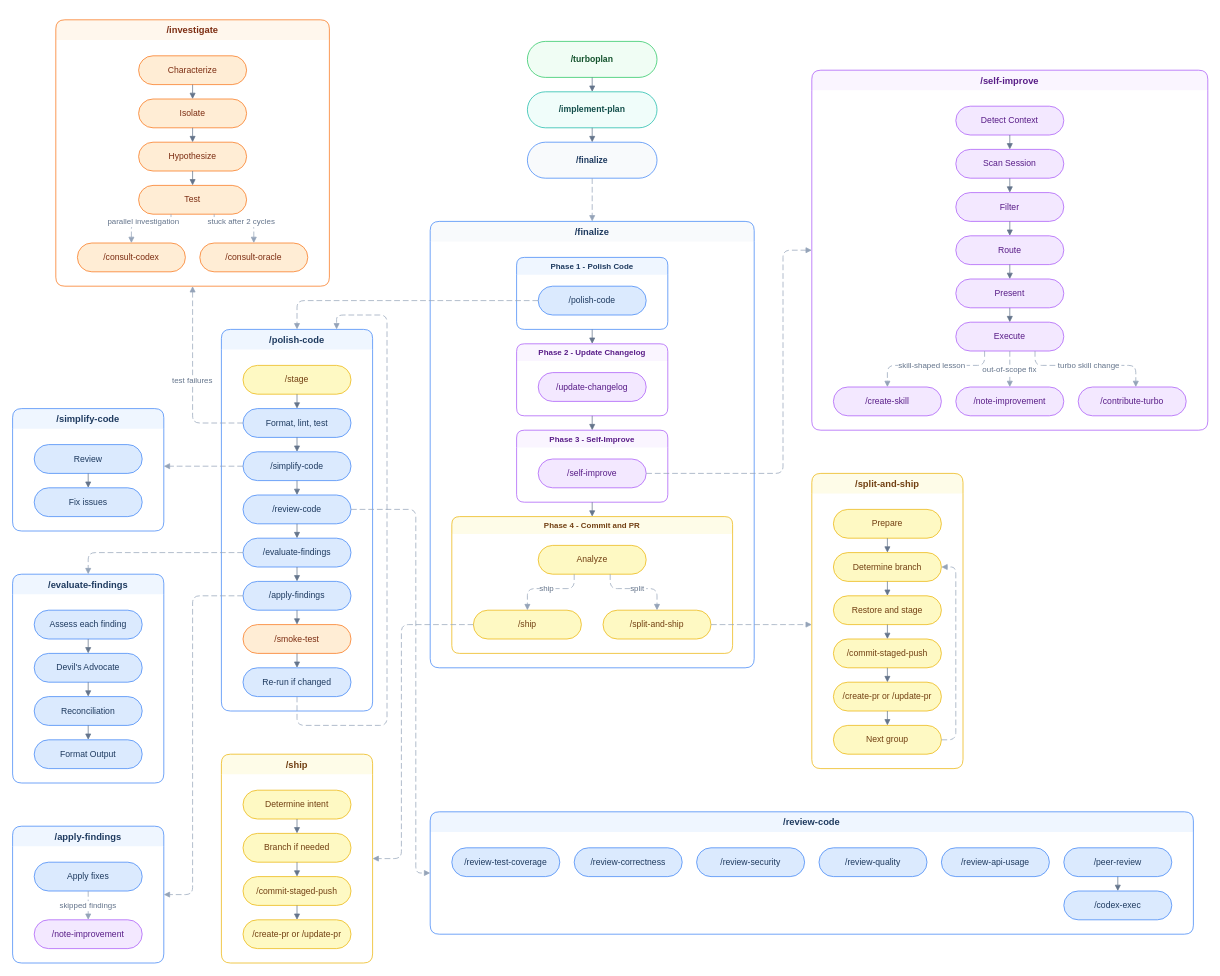
Earlier version of the draw.io diagram assets/how-finalize-connects.drawio (tobihagemann/turbo). Source tidied: cells renumbered, new cells numbered last; positions are measured from the earlier drawing's top-left corner, leaving out a move shared by most shapes. Both pictures are drawn from the tidied source at 72%, with x=0, y=0 at pixel (12, 19).
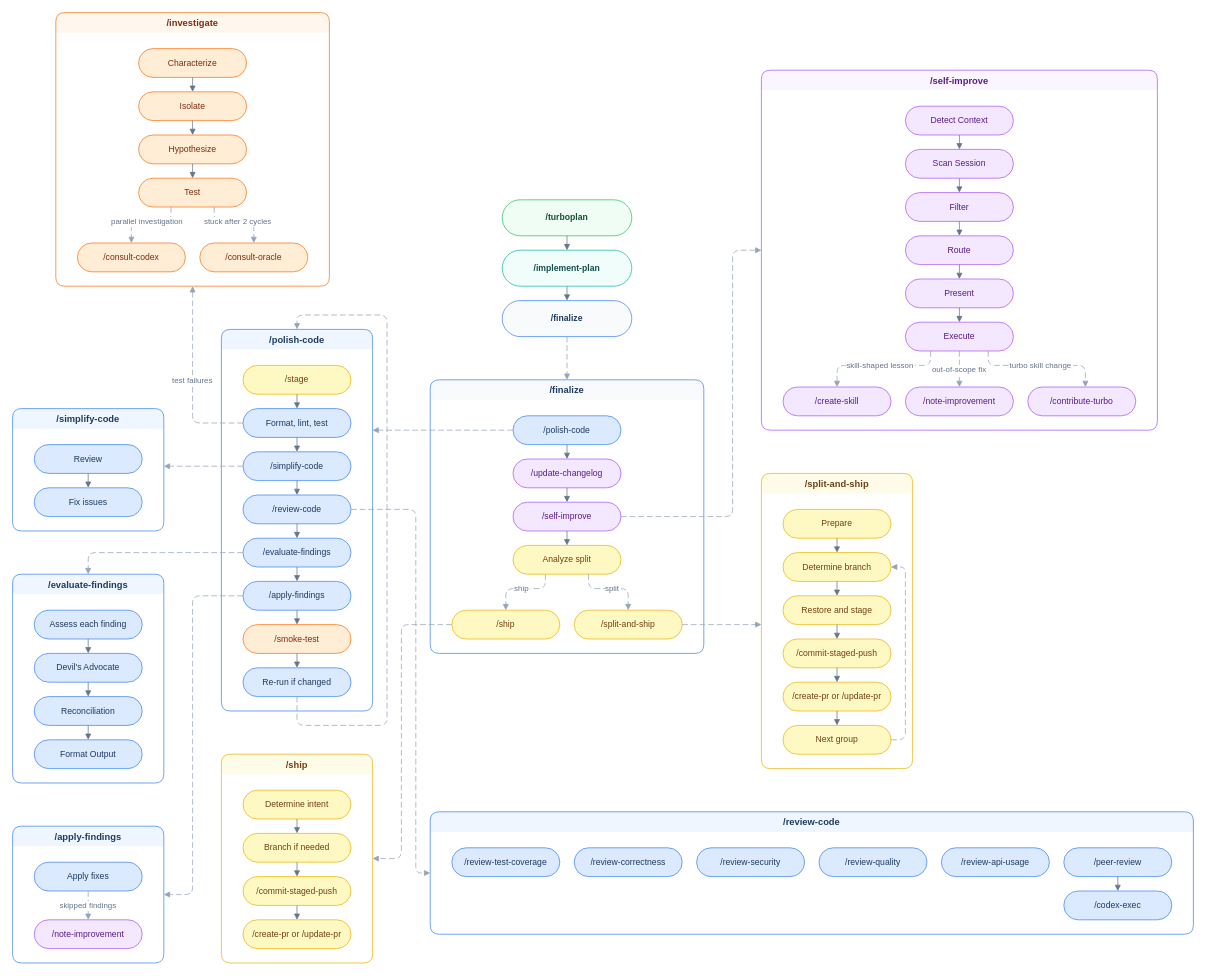
The same diagram, later.

Commit message (it also covers changes not shown here):
Rename /finalize Phase 4 to Ship It and flatten diagram phases into simple pills

The change refers to these unchanged cells:
```xml
<mxCell id="24" value="/polish-code" style="swimlane;startSize=28;rounded=1;fillColor=#eff6ff;strokeColor=#3b82f6;fontColor=#1e3a5f;fontStyle=1;fontSize=13;swimlaneLine=0;" parent="1" vertex="1">
  <mxGeometry x="290" y="430" width="210" height="530" as="geometry" />
</mxCell>
<mxCell id="32" value="Re-run if changed" style="rounded=1;whiteSpace=wrap;html=1;arcSize=50;fillColor=#dbeafe;strokeColor=#3b82f6;fontColor=#1e3a5f;fontSize=12;" parent="24" vertex="1">
  <mxGeometry x="30" y="470" width="150" height="40" as="geometry" />
</mxCell>
<mxCell id="47" value="Execute" style="rounded=1;whiteSpace=wrap;html=1;arcSize=50;fillColor=#f3e8ff;strokeColor=#a855f7;fontColor=#581c87;fontSize=12;" parent="41" vertex="1">
  <mxGeometry x="200" y="350" width="150" height="40" as="geometry" />
</mxCell>
<mxCell id="55" value="/create-skill" style="rounded=1;whiteSpace=wrap;html=1;arcSize=50;fillColor=#f3e8ff;strokeColor=#a855f7;fontColor=#581c87;fontSize=12;" parent="41" vertex="1">
  <mxGeometry x="30" y="440" width="150" height="40" as="geometry" />
</mxCell>
<mxCell id="57" value="/contribute-turbo" style="rounded=1;whiteSpace=wrap;html=1;arcSize=50;fillColor=#f3e8ff;strokeColor=#a855f7;fontColor=#581c87;fontSize=12;" parent="41" vertex="1">
  <mxGeometry x="370" y="440" width="150" height="40" as="geometry" />
</mxCell>
<mxCell id="88" value="Test" style="rounded=1;whiteSpace=wrap;html=1;arcSize=50;fillColor=#ffedd5;strokeColor=#f97316;fontColor=#7c2d12;fontSize=12;" parent="84" vertex="1">
  <mxGeometry x="115" y="230" width="150" height="40" as="geometry" />
</mxCell>
```

Diff of the diagram source:
```diff
@@
     <mxCell id="2" value="/turboplan" style="rounded=1;whiteSpace=wrap;html=1;arcSize=50;fillColor=#f0fdf4;strokeColor=#22c55e;fontColor=#14532d;fontSize=12;fontStyle=1;" parent="1" vertex="1">
-      <mxGeometry x="715" y="30" width="180" height="50" as="geometry" />
+      <mxGeometry x="680" y="250" width="180" height="50" as="geometry" />
     </mxCell>
     <mxCell id="3" value="/implement-plan" style="rounded=1;whiteSpace=wrap;html=1;arcSize=50;fillColor=#f0fdfa;strokeColor=#14b8a6;fontColor=#134e4a;fontSize=12;fontStyle=1;" parent="1" vertex="1">
-      <mxGeometry x="715" y="100" width="180" height="50" as="geometry" />
+      <mxGeometry x="680" y="320" width="180" height="50" as="geometry" />
     </mxCell>
     <mxCell id="4" value="/finalize" style="rounded=1;whiteSpace=wrap;html=1;arcSize=50;fillColor=#f8fafc;strokeColor=#3b82f6;fontColor=#1e3a5f;fontSize=12;fontStyle=1;" parent="1" vertex="1">
-      <mxGeometry x="715" y="170" width="180" height="50" as="geometry" />
+      <mxGeometry x="680" y="390" width="180" height="50" as="geometry" />
     </mxCell>
@@
     <mxCell id="8" value="/finalize" style="swimlane;startSize=28;rounded=1;fillColor=#f8fafc;strokeColor=#3b82f6;fontColor=#1e3a5f;fontStyle=1;fontSize=13;swimlaneLine=0;" parent="1" vertex="1">
-      <mxGeometry x="580" y="280" width="450" height="620" as="geometry" />
+      <mxGeometry x="580" y="500" width="380" height="380" as="geometry" />
     </mxCell>
-    <mxCell id="9" value="Phase 1 - Polish Code" style="swimlane;startSize=24;rounded=1;fillColor=#eff6ff;strokeColor=#3b82f6;fontColor=#1e3a5f;fontStyle=1;fontSize=11;swimlaneLine=0;" parent="8" vertex="1">
-      <mxGeometry x="120" y="50" width="210" height="100" as="geometry" />
-    </mxCell>
-    <mxCell id="10" value="/polish-code" style="rounded=1;whiteSpace=wrap;html=1;arcSize=50;fillColor=#dbeafe;strokeColor=#3b82f6;fontColor=#1e3a5f;fontSize=12;" parent="9" vertex="1">
-      <mxGeometry x="30" y="40" width="150" height="40" as="geometry" />
+    <mxCell id="10" value="/polish-code" style="rounded=1;whiteSpace=wrap;html=1;arcSize=50;fillColor=#dbeafe;strokeColor=#3b82f6;fontColor=#1e3a5f;fontSize=12;" parent="8" vertex="1">
+      <mxGeometry x="115" y="50" width="150" height="40" as="geometry" />
     </mxCell>
-    <mxCell id="11" value="Phase 2 - Update Changelog" style="swimlane;startSize=24;rounded=1;fillColor=#faf5ff;strokeColor=#a855f7;fontColor=#581c87;fontStyle=1;fontSize=11;swimlaneLine=0;" parent="8" vertex="1">
-      <mxGeometry x="120" y="170" width="210" height="100" as="geometry" />
-    </mxCell>
-    <mxCell id="12" value="/update-changelog" style="rounded=1;whiteSpace=wrap;html=1;arcSize=50;fillColor=#f3e8ff;strokeColor=#a855f7;fontColor=#581c87;fontSize=12;" parent="11" vertex="1">
-      <mxGeometry x="30" y="40" width="150" height="40" as="geometry" />
+    <mxCell id="12" value="/update-changelog" style="rounded=1;whiteSpace=wrap;html=1;arcSize=50;fillColor=#f3e8ff;strokeColor=#a855f7;fontColor=#581c87;fontSize=12;" parent="8" vertex="1">
+      <mxGeometry x="115" y="110" width="150" height="40" as="geometry" />
     </mxCell>
-    <mxCell id="13" value="Phase 3 - Self-Improve" style="swimlane;startSize=24;rounded=1;fillColor=#faf5ff;strokeColor=#a855f7;fontColor=#581c87;fontStyle=1;fontSize=11;swimlaneLine=0;" parent="8" vertex="1">
-      <mxGeometry x="120" y="290" width="210" height="100" as="geometry" />
-    </mxCell>
-    <mxCell id="14" value="/self-improve" style="rounded=1;whiteSpace=wrap;html=1;arcSize=50;fillColor=#f3e8ff;strokeColor=#a855f7;fontColor=#581c87;fontSize=12;" parent="13" vertex="1">
-      <mxGeometry x="30" y="40" width="150" height="40" as="geometry" />
+    <mxCell id="14" value="/self-improve" style="rounded=1;whiteSpace=wrap;html=1;arcSize=50;fillColor=#f3e8ff;strokeColor=#a855f7;fontColor=#581c87;fontSize=12;" parent="8" vertex="1">
+      <mxGeometry x="115" y="170" width="150" height="40" as="geometry" />
     </mxCell>
-    <mxCell id="15" value="Phase 4 - Commit and PR" style="swimlane;startSize=24;rounded=1;fillColor=#fefce8;strokeColor=#eab308;fontColor=#713f12;fontStyle=1;fontSize=11;swimlaneLine=0;" parent="8" vertex="1">
-      <mxGeometry x="30" y="410" width="390" height="190" as="geometry" />
-    </mxCell>
-    <mxCell id="16" value="Analyze" style="rounded=1;whiteSpace=wrap;html=1;arcSize=50;fillColor=#fef9c3;strokeColor=#eab308;fontColor=#713f12;fontSize=12;" parent="15" vertex="1">
-      <mxGeometry x="120" y="40" width="150" height="40" as="geometry" />
+    <mxCell id="16" value="Analyze split" style="rounded=1;whiteSpace=wrap;html=1;arcSize=50;fillColor=#fef9c3;strokeColor=#eab308;fontColor=#713f12;fontSize=12;" parent="8" vertex="1">
+      <mxGeometry x="115" y="230" width="150" height="40" as="geometry" />
     </mxCell>
-    <mxCell id="17" value="/ship" style="rounded=1;whiteSpace=wrap;html=1;arcSize=50;fillColor=#fef9c3;strokeColor=#eab308;fontColor=#713f12;fontSize=12;" parent="15" vertex="1">
-      <mxGeometry x="30" y="130" width="150" height="40" as="geometry" />
+    <mxCell id="17" value="/ship" style="rounded=1;whiteSpace=wrap;html=1;arcSize=50;fillColor=#fef9c3;strokeColor=#eab308;fontColor=#713f12;fontSize=12;" parent="8" vertex="1">
+      <mxGeometry x="30" y="320" width="150" height="40" as="geometry" />
     </mxCell>
-    <mxCell id="18" value="/split-and-ship" style="rounded=1;whiteSpace=wrap;html=1;arcSize=50;fillColor=#fef9c3;strokeColor=#eab308;fontColor=#713f12;fontSize=12;" parent="15" vertex="1">
-      <mxGeometry x="210" y="130" width="150" height="40" as="geometry" />
+    <mxCell id="18" value="/split-and-ship" style="rounded=1;whiteSpace=wrap;html=1;arcSize=50;fillColor=#fef9c3;strokeColor=#eab308;fontColor=#713f12;fontSize=12;" parent="8" vertex="1">
+      <mxGeometry x="200" y="320" width="150" height="40" as="geometry" />
     </mxCell>
-    <mxCell id="19" value="ship" style="dashed=1;dashPattern=8 4;endArrow=block;endFill=1;rounded=1;edgeStyle=orthogonalEdgeStyle;strokeColor=#94a3b8;fontSize=11;fontColor=#64748b;" parent="15" edge="1" source="16" target="17">
-      <mxGeometry relative="1" as="geometry">
-        <Array as="points">
-          <mxPoint x="170" y="100" />
-          <mxPoint x="105" y="100" />
-        </Array>
-      </mxGeometry>
-    </mxCell>
-    <mxCell id="20" value="split" style="dashed=1;dashPattern=8 4;endArrow=block;endFill=1;rounded=1;edgeStyle=orthogonalEdgeStyle;strokeColor=#94a3b8;fontSize=11;fontColor=#64748b;" parent="15" edge="1" source="16" target="18">
-      <mxGeometry relative="1" as="geometry">
-        <Array as="points">
-          <mxPoint x="220" y="100" />
-          <mxPoint x="285" y="100" />
-        </Array>
-      </mxGeometry>
-    </mxCell>
-    <mxCell id="21" style="endArrow=block;endFill=1;rounded=1;edgeStyle=orthogonalEdgeStyle;strokeColor=#64748b;" parent="8" edge="1" source="9" target="11">
+    <mxCell id="21" style="endArrow=block;endFill=1;rounded=1;edgeStyle=orthogonalEdgeStyle;strokeColor=#64748b;" parent="8" edge="1" source="10" target="12">
       <mxGeometry relative="1" as="geometry" />
     </mxCell>
-    <mxCell id="22" style="endArrow=block;endFill=1;rounded=1;edgeStyle=orthogonalEdgeStyle;strokeColor=#64748b;" parent="8" edge="1" source="11" target="13">
+    <mxCell id="22" style="endArrow=block;endFill=1;rounded=1;edgeStyle=orthogonalEdgeStyle;strokeColor=#64748b;" parent="8" edge="1" source="12" target="14">
       <mxGeometry relative="1" as="geometry" />
     </mxCell>
-    <mxCell id="23" style="endArrow=block;endFill=1;rounded=1;edgeStyle=orthogonalEdgeStyle;strokeColor=#64748b;" parent="8" edge="1" source="13" target="15">
+    <mxCell id="23" style="endArrow=block;endFill=1;rounded=1;edgeStyle=orthogonalEdgeStyle;strokeColor=#64748b;" parent="8" edge="1" source="14" target="16">
       <mxGeometry relative="1" as="geometry" />
     </mxCell>
+    <mxCell id="19" value="ship" style="dashed=1;dashPattern=8 4;endArrow=block;endFill=1;rounded=1;edgeStyle=orthogonalEdgeStyle;strokeColor=#94a3b8;fontSize=11;fontColor=#64748b;" parent="8" edge="1" source="16" target="17">
+      <mxGeometry relative="1" as="geometry">
+        <Array as="points">
+          <mxPoint x="160" y="290" />
+          <mxPoint x="105" y="290" />
+        </Array>
+      </mxGeometry>
+    </mxCell>
+    <mxCell id="20" value="split" style="dashed=1;dashPattern=8 4;endArrow=block;endFill=1;rounded=1;edgeStyle=orthogonalEdgeStyle;strokeColor=#94a3b8;fontSize=11;fontColor=#64748b;" parent="8" edge="1" source="16" target="18">
+      <mxGeometry relative="1" as="geometry">
+        <Array as="points">
+          <mxPoint x="220" y="290" />
+          <mxPoint x="275" y="290" />
+        </Array>
+      </mxGeometry>
+    </mxCell>
@@
     <mxCell id="40" style="dashed=1;dashPattern=8 4;endArrow=block;endFill=1;rounded=1;edgeStyle=orthogonalEdgeStyle;strokeColor=#94a3b8;fontSize=11;fontColor=#64748b;" parent="24" edge="1" source="32" target="24">
       <mxGeometry relative="1" as="geometry">
         <Array as="points">
           <mxPoint x="105" y="550" />
           <mxPoint x="230" y="550" />
           <mxPoint x="230" y="-20" />
-          <mxPoint x="160" y="-20" />
+          <mxPoint x="105" y="-20" />
         </Array>
       </mxGeometry>
     </mxCell>
     <mxCell id="41" value="/self-improve" style="swimlane;startSize=28;rounded=1;fillColor=#faf5ff;strokeColor=#a855f7;fontColor=#581c87;fontStyle=1;fontSize=13;swimlaneLine=0;" parent="1" vertex="1">
-      <mxGeometry x="1110" y="70" width="550" height="500" as="geometry" />
+      <mxGeometry x="1040" y="70" width="550" height="500" as="geometry" />
     </mxCell>
@@
     <mxCell id="56" value="skill-shaped lesson" style="dashed=1;dashPattern=8 4;endArrow=block;endFill=1;rounded=1;edgeStyle=orthogonalEdgeStyle;strokeColor=#94a3b8;fontSize=11;fontColor=#64748b;" parent="41" edge="1" source="47" target="55">
       <mxGeometry relative="1" as="geometry">
         <Array as="points">
-          <mxPoint x="240" y="410" />
+          <mxPoint x="235" y="410" />
           <mxPoint x="105" y="410" />
         </Array>
       </mxGeometry>
     </mxCell>
@@
     <mxCell id="58" value="turbo skill change" style="dashed=1;dashPattern=8 4;endArrow=block;endFill=1;rounded=1;edgeStyle=orthogonalEdgeStyle;strokeColor=#94a3b8;fontSize=11;fontColor=#64748b;" parent="41" edge="1" source="47" target="57">
       <mxGeometry relative="1" as="geometry">
         <Array as="points">
-          <mxPoint x="310" y="410" />
+          <mxPoint x="315" y="410" />
           <mxPoint x="450" y="410" />
         </Array>
       </mxGeometry>
     </mxCell>
@@
     <mxCell id="84" value="/investigate" style="swimlane;startSize=28;rounded=1;fillColor=#fff7ed;strokeColor=#f97316;fontColor=#7c2d12;fontStyle=1;fontSize=13;swimlaneLine=0;" parent="1" vertex="1">
-      <mxGeometry x="60" width="380" height="370" as="geometry" />
+      <mxGeometry x="60" y="-10" width="380" height="380" as="geometry" />
     </mxCell>
@@
     <mxCell id="92" value="/consult-codex" style="rounded=1;whiteSpace=wrap;html=1;arcSize=50;fillColor=#ffedd5;strokeColor=#f97316;fontColor=#7c2d12;fontSize=12;" parent="84" vertex="1">
-      <mxGeometry x="30" y="310" width="150" height="40" as="geometry" />
+      <mxGeometry x="30" y="320" width="150" height="40" as="geometry" />
     </mxCell>
     <mxCell id="93" value="/consult-oracle" style="rounded=1;whiteSpace=wrap;html=1;arcSize=50;fillColor=#ffedd5;strokeColor=#f97316;fontColor=#7c2d12;fontSize=12;" parent="84" vertex="1">
-      <mxGeometry x="200" y="310" width="150" height="40" as="geometry" />
+      <mxGeometry x="200" y="320" width="150" height="40" as="geometry" />
     </mxCell>
     <mxCell id="94" value="parallel investigation" style="dashed=1;dashPattern=8 4;endArrow=block;endFill=1;rounded=1;edgeStyle=orthogonalEdgeStyle;strokeColor=#94a3b8;fontSize=11;fontColor=#64748b;" parent="84" edge="1" source="88" target="92">
       <mxGeometry relative="1" as="geometry">
         <Array as="points">
-          <mxPoint x="160" y="280" />
-          <mxPoint x="105" y="280" />
+          <mxPoint x="160" y="290" />
+          <mxPoint x="105" y="290" />
         </Array>
       </mxGeometry>
     </mxCell>
     <mxCell id="95" value="stuck after 2 cycles" style="dashed=1;dashPattern=8 4;endArrow=block;endFill=1;rounded=1;edgeStyle=orthogonalEdgeStyle;strokeColor=#94a3b8;fontSize=11;fontColor=#64748b;" parent="84" edge="1" source="88" target="93">
       <mxGeometry relative="1" as="geometry">
         <Array as="points">
-          <mxPoint x="220" y="280" />
-          <mxPoint x="275" y="280" />
+          <mxPoint x="220" y="290" />
+          <mxPoint x="275" y="290" />
         </Array>
       </mxGeometry>
     </mxCell>
@@
     <mxCell id="104" value="/split-and-ship" style="swimlane;startSize=28;rounded=1;fillColor=#fefce8;strokeColor=#eab308;fontColor=#713f12;fontStyle=1;fontSize=13;swimlaneLine=0;" parent="1" vertex="1">
-      <mxGeometry x="1110" y="630" width="210" height="410" as="geometry" />
+      <mxGeometry x="1040" y="630" width="210" height="410" as="geometry" />
     </mxCell>
@@
-    <mxCell id="119" style="dashed=1;dashPattern=8 4;endArrow=block;endFill=1;rounded=1;edgeStyle=orthogonalEdgeStyle;strokeColor=#94a3b8;fontSize=11;fontColor=#64748b;exitX=0;exitY=0.5;exitDx=0;exitDy=0;" parent="1" edge="1" source="10" target="24">
-      <mxGeometry relative="1" as="geometry" />
+    <mxCell id="119" style="dashed=1;dashPattern=8 4;endArrow=block;endFill=1;rounded=1;edgeStyle=orthogonalEdgeStyle;strokeColor=#94a3b8;fontSize=11;fontColor=#64748b;" parent="1" edge="1" source="10" target="24">
+      <mxGeometry relative="1" as="geometry">
+        <Array as="points">
+          <mxPoint x="550" y="570" />
+          <mxPoint x="550" y="570" />
+        </Array>
+      </mxGeometry>
     </mxCell>
     <mxCell id="120" style="dashed=1;dashPattern=8 4;endArrow=block;endFill=1;rounded=1;edgeStyle=orthogonalEdgeStyle;strokeColor=#94a3b8;fontSize=11;fontColor=#64748b;" parent="1" edge="1" source="14" target="41">
       <mxGeometry relative="1" as="geometry">
         <Array as="points">
-          <mxPoint x="1070" y="630" />
-          <mxPoint x="1070" y="320" />
+          <mxPoint x="1000" y="690" />
+          <mxPoint x="1000" y="320" />
         </Array>
       </mxGeometry>
     </mxCell>
```
